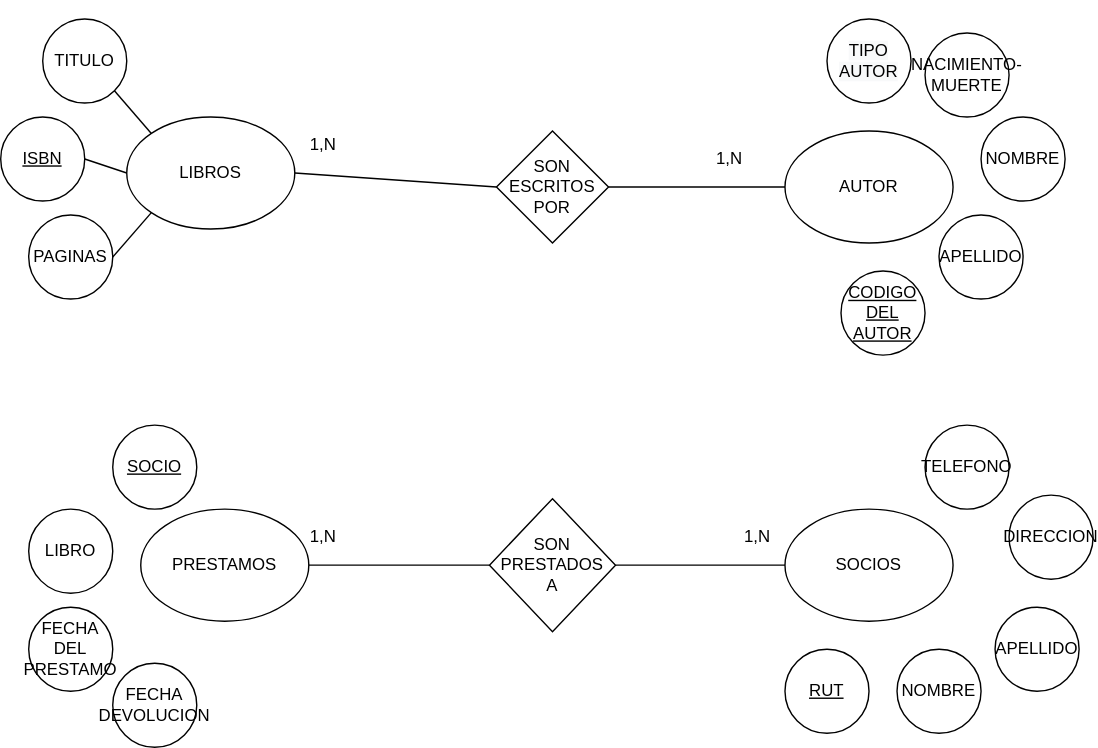
Earlier version of the draw.io export modelo-conceptual.drawio.svg (cristiancfsc/prueba-biblioteca). Source tidied: cells renumbered, new cells last; positions are measured from the earlier drawing's top-left corner, leaving out a move shared by most shapes.
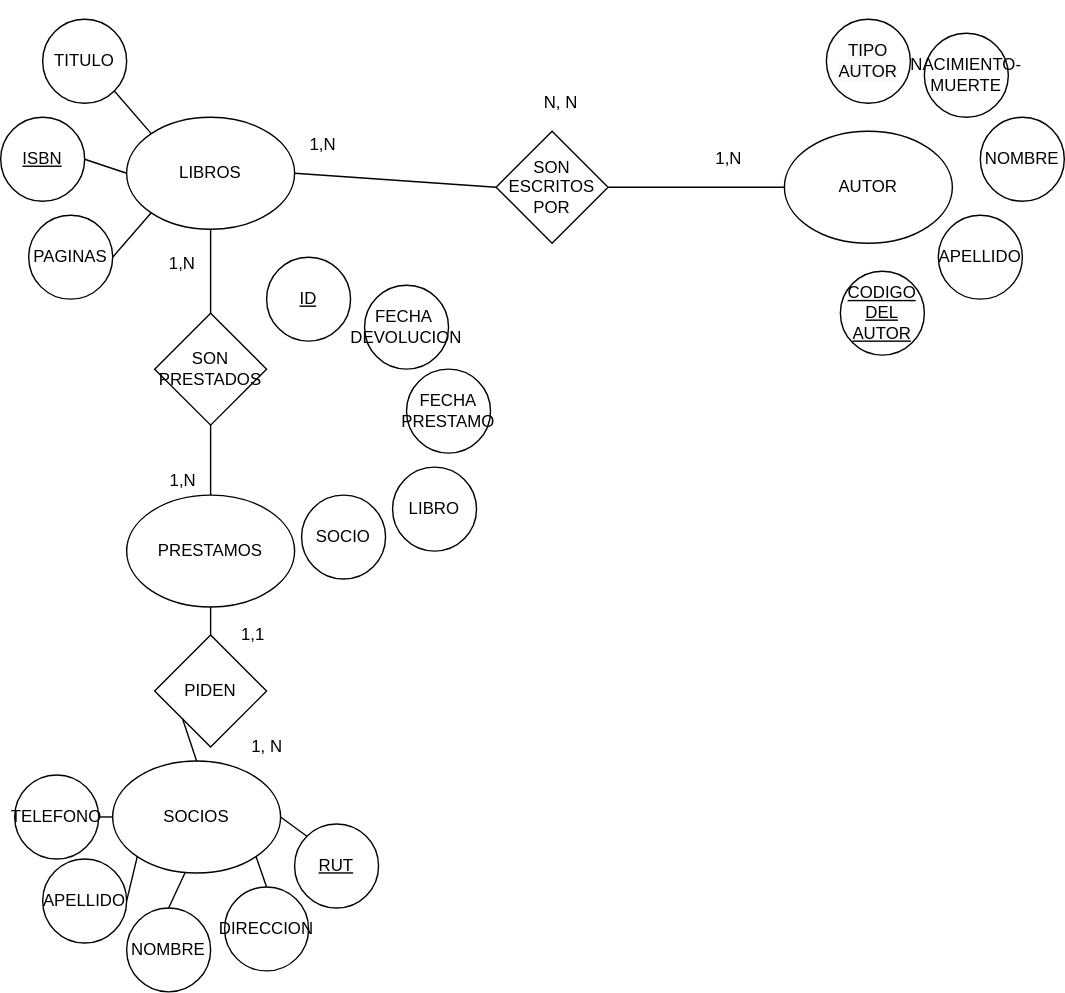
The same diagram one commit later.

What changed in the source:
```diff
@@ -2,14 +2,14 @@
   <root>
     <mxCell id="0" />
     <mxCell id="1" parent="0" />
-    <mxCell id="2" value="SOCIOS" style="ellipse;whiteSpace=wrap;html=1;" parent="1" vertex="1">
-      <mxGeometry x="560" y="350" width="120" height="80" as="geometry" />
+    <mxCell id="2" value="PRESTAMOS" style="ellipse;whiteSpace=wrap;html=1;" parent="1" vertex="1">
+      <mxGeometry x="90" y="340" width="120" height="80" as="geometry" />
     </mxCell>
     <mxCell id="3" value="LIBROS" style="ellipse;whiteSpace=wrap;html=1;" parent="1" vertex="1">
       <mxGeometry x="90" y="70" width="120" height="80" as="geometry" />
     </mxCell>
-    <mxCell id="4" value="PRESTAMOS" style="ellipse;whiteSpace=wrap;html=1;" parent="1" vertex="1">
-      <mxGeometry x="100" y="350" width="120" height="80" as="geometry" />
+    <mxCell id="4" value="SOCIOS" style="ellipse;whiteSpace=wrap;html=1;" parent="1" vertex="1">
+      <mxGeometry x="80" y="530" width="120" height="80" as="geometry" />
     </mxCell>
     <mxCell id="5" value="&lt;u&gt;ISBN&lt;/u&gt;" style="ellipse;whiteSpace=wrap;html=1;" parent="1" vertex="1">
       <mxGeometry y="70" width="60" height="60" as="geometry" />
@@ -29,20 +29,20 @@
     <mxCell id="10" style="endArrow=none;html=1;rounded=0;exitX=1;exitY=0.5;exitDx=0;exitDy=0;entryX=0;entryY=1;entryDx=0;entryDy=0;" parent="1" edge="1" source="7" target="3">
       <mxGeometry relative="1" as="geometry" />
     </mxCell>
-    <mxCell id="11" value="&lt;u&gt;RUT&lt;/u&gt;" style="ellipse;whiteSpace=wrap;html=1;" parent="1" vertex="1">
-      <mxGeometry x="560" y="450" width="60" height="60" as="geometry" />
+    <mxCell id="11" value="&lt;u&gt;ID&lt;/u&gt;" style="ellipse;whiteSpace=wrap;html=1;" parent="1" vertex="1">
+      <mxGeometry x="190" y="170" width="60" height="60" as="geometry" />
     </mxCell>
-    <mxCell id="12" value="NOMBRE" style="ellipse;whiteSpace=wrap;html=1;" parent="1" vertex="1">
-      <mxGeometry x="640" y="450" width="60" height="60" as="geometry" />
+    <mxCell id="12" value="SOCIO" style="ellipse;whiteSpace=wrap;html=1;" parent="1" vertex="1">
+      <mxGeometry x="215" y="340" width="60" height="60" as="geometry" />
     </mxCell>
-    <mxCell id="13" value="APELLIDO" style="ellipse;whiteSpace=wrap;html=1;" parent="1" vertex="1">
-      <mxGeometry x="710" y="420" width="60" height="60" as="geometry" />
+    <mxCell id="13" value="LIBRO" style="ellipse;whiteSpace=wrap;html=1;" parent="1" vertex="1">
+      <mxGeometry x="280" y="320" width="60" height="60" as="geometry" />
     </mxCell>
-    <mxCell id="14" value="DIRECCION" style="ellipse;whiteSpace=wrap;html=1;" parent="1" vertex="1">
-      <mxGeometry x="720" y="340" width="60" height="60" as="geometry" />
+    <mxCell id="14" value="FECHA&lt;br&gt;PRESTAMO" style="ellipse;whiteSpace=wrap;html=1;" parent="1" vertex="1">
+      <mxGeometry x="290" y="250" width="60" height="60" as="geometry" />
     </mxCell>
-    <mxCell id="15" value="TELEFONO" style="ellipse;whiteSpace=wrap;html=1;" parent="1" vertex="1">
-      <mxGeometry x="660" y="290" width="60" height="60" as="geometry" />
+    <mxCell id="15" value="FECHA&amp;nbsp;&lt;br&gt;DEVOLUCION" style="ellipse;whiteSpace=wrap;html=1;" parent="1" vertex="1">
+      <mxGeometry x="260" y="190" width="60" height="60" as="geometry" />
     </mxCell>
     <mxCell id="16" value="NACIMIENTO-MUERTE" style="ellipse;whiteSpace=wrap;html=1;" parent="1" vertex="1">
       <mxGeometry x="660" y="10" width="60" height="60" as="geometry" />
@@ -59,33 +59,24 @@
     <mxCell id="20" value="AUTOR" style="ellipse;whiteSpace=wrap;html=1;" parent="1" vertex="1">
       <mxGeometry x="560" y="80" width="120" height="80" as="geometry" />
     </mxCell>
-    <mxCell id="21" value="&lt;u&gt;SOCIO&lt;/u&gt;" style="ellipse;whiteSpace=wrap;html=1;" parent="1" vertex="1">
-      <mxGeometry x="80" y="290" width="60" height="60" as="geometry" />
+    <mxCell id="21" value="&lt;u&gt;RUT&lt;/u&gt;" style="ellipse;whiteSpace=wrap;html=1;" parent="1" vertex="1">
+      <mxGeometry x="210" y="575" width="60" height="60" as="geometry" />
     </mxCell>
-    <mxCell id="22" value="LIBRO" style="ellipse;whiteSpace=wrap;html=1;" parent="1" vertex="1">
-      <mxGeometry x="20" y="350" width="60" height="60" as="geometry" />
+    <mxCell id="22" value="NOMBRE" style="ellipse;whiteSpace=wrap;html=1;" parent="1" vertex="1">
+      <mxGeometry x="90" y="635" width="60" height="60" as="geometry" />
     </mxCell>
-    <mxCell id="23" value="FECHA DEL PRESTAMO" style="ellipse;whiteSpace=wrap;html=1;" parent="1" vertex="1">
-      <mxGeometry x="20" y="420" width="60" height="60" as="geometry" />
+    <mxCell id="23" value="APELLIDO" style="ellipse;whiteSpace=wrap;html=1;" parent="1" vertex="1">
+      <mxGeometry x="30" y="600" width="60" height="60" as="geometry" />
     </mxCell>
-    <mxCell id="24" value="FECHA DEVOLUCION" style="ellipse;whiteSpace=wrap;html=1;" parent="1" vertex="1">
-      <mxGeometry x="80" y="460" width="60" height="60" as="geometry" />
+    <mxCell id="24" value="DIRECCION" style="ellipse;whiteSpace=wrap;html=1;" parent="1" vertex="1">
+      <mxGeometry x="160" y="620" width="60" height="60" as="geometry" />
     </mxCell>
     <mxCell id="25" value="&#10;&#10;&lt;span style=&quot;color: rgb(0, 0, 0); font-family: helvetica; font-size: 12px; font-style: normal; font-weight: 400; letter-spacing: normal; text-align: center; text-indent: 0px; text-transform: none; word-spacing: 0px; background-color: rgb(248, 249, 250); display: inline; float: none;&quot;&gt;TIPO AUTOR&lt;/span&gt;&#10;&#10;" style="ellipse;whiteSpace=wrap;html=1;" parent="1" vertex="1">
       <mxGeometry x="590" width="60" height="60" as="geometry" />
     </mxCell>
-    <mxCell id="26" value="SON PRESTADOS&lt;br&gt;A" style="rhombus;whiteSpace=wrap;html=1;" parent="1" vertex="1">
-      <mxGeometry x="349" y="342.5" width="90" height="95" as="geometry" />
-    </mxCell>
     <mxCell id="27" value="SON ESCRITOS POR" style="rhombus;whiteSpace=wrap;html=1;" parent="1" vertex="1">
       <mxGeometry x="354" y="80" width="80" height="80" as="geometry" />
     </mxCell>
-    <mxCell id="28" style="endArrow=none;html=1;rounded=0;entryX=0;entryY=0.5;entryDx=0;entryDy=0;exitX=1;exitY=0.5;exitDx=0;exitDy=0;" parent="1" edge="1" source="26" target="2">
-      <mxGeometry relative="1" as="geometry" />
-    </mxCell>
-    <mxCell id="29" style="endArrow=none;html=1;rounded=0;exitX=1;exitY=0.5;exitDx=0;exitDy=0;entryX=0;entryY=0.5;entryDx=0;entryDy=0;" parent="1" edge="1" source="4" target="26">
-      <mxGeometry relative="1" as="geometry" />
-    </mxCell>
     <mxCell id="30" style="endArrow=none;html=1;rounded=0;entryX=0;entryY=0.5;entryDx=0;entryDy=0;exitX=1;exitY=0.5;exitDx=0;exitDy=0;" parent="1" edge="1" source="27" target="20">
       <mxGeometry relative="1" as="geometry" />
     </mxCell>
@@ -98,11 +89,53 @@
     <mxCell id="33" value="1,N" style="text;html=1;align=center;verticalAlign=middle;strokeColor=none;fillColor=none;" parent="1" vertex="1">
       <mxGeometry x="505" y="90" width="30" height="20" as="geometry" />
     </mxCell>
-    <mxCell id="34" value="1,N" style="text;html=1;align=center;verticalAlign=middle;strokeColor=none;fillColor=none;" parent="1" vertex="1">
-      <mxGeometry x="525" y="360" width="30" height="20" as="geometry" />
-    </mxCell>
-    <mxCell id="35" value="1,N" style="text;html=1;align=center;verticalAlign=middle;strokeColor=none;fillColor=none;" parent="1" vertex="1">
-      <mxGeometry x="215" y="360" width="30" height="20" as="geometry" />
-    </mxCell>
+    <mxCell id="36" value="N, N" style="text;html=1;align=center;verticalAlign=middle;strokeColor=none;fillColor=none;" parent="1" vertex="1">
+      <mxGeometry x="380" y="50" width="40" height="20" as="geometry" />
+    </mxCell>
+    <mxCell id="37" value="TELEFONO" style="ellipse;whiteSpace=wrap;html=1;" parent="1" vertex="1">
+      <mxGeometry x="10" y="540" width="60" height="60" as="geometry" />
+    </mxCell>
+    <mxCell id="38" style="endArrow=none;html=1;rounded=0;entryX=1;entryY=0.5;entryDx=0;entryDy=0;exitX=0;exitY=0.5;exitDx=0;exitDy=0;" parent="1" edge="1" source="4" target="37">
+      <mxGeometry relative="1" as="geometry" />
+    </mxCell>
+    <mxCell id="39" style="endArrow=none;html=1;rounded=0;exitX=1;exitY=0.5;exitDx=0;exitDy=0;entryX=0;entryY=1;entryDx=0;entryDy=0;" parent="1" edge="1" source="23" target="4">
+      <mxGeometry relative="1" as="geometry" />
+    </mxCell>
+    <mxCell id="40" style="endArrow=none;html=1;rounded=0;exitX=0.5;exitY=0;exitDx=0;exitDy=0;entryX=0.433;entryY=0.992;entryDx=0;entryDy=0;entryPerimeter=0;" parent="1" edge="1" source="22" target="4">
+      <mxGeometry relative="1" as="geometry" />
+    </mxCell>
+    <mxCell id="41" style="endArrow=none;html=1;rounded=0;exitX=0.5;exitY=0;exitDx=0;exitDy=0;entryX=1;entryY=1;entryDx=0;entryDy=0;" parent="1" edge="1" source="24" target="4">
+      <mxGeometry relative="1" as="geometry" />
+    </mxCell>
+    <mxCell id="42" style="endArrow=none;html=1;rounded=0;exitX=0;exitY=0;exitDx=0;exitDy=0;entryX=1;entryY=0.5;entryDx=0;entryDy=0;" parent="1" edge="1" source="21" target="4">
+      <mxGeometry relative="1" as="geometry" />
+    </mxCell>
+    <mxCell id="43" style="endArrow=none;html=1;rounded=0;entryX=0.5;entryY=1;entryDx=0;entryDy=0;exitX=0.5;exitY=0;exitDx=0;exitDy=0;" parent="1" edge="1" source="2" target="3">
+      <mxGeometry relative="1" as="geometry" />
+    </mxCell>
+    <mxCell id="44" value="1,N" style="text;html=1;strokeColor=none;fillColor=none;align=center;verticalAlign=middle;whiteSpace=wrap;rounded=0;" parent="1" vertex="1">
+      <mxGeometry x="100" y="160" width="60" height="30" as="geometry" />
+    </mxCell>
+    <mxCell id="45" value="1,N" style="text;html=1;align=center;verticalAlign=middle;strokeColor=none;fillColor=none;" parent="1" vertex="1">
+      <mxGeometry x="115" y="320" width="30" height="20" as="geometry" />
+    </mxCell>
+    <mxCell id="46" value="SON PRESTADOS" style="rhombus;whiteSpace=wrap;html=1;" parent="1" vertex="1">
+      <mxGeometry x="110" y="210" width="80" height="80" as="geometry" />
+    </mxCell>
+    <mxCell id="47" value="PIDEN" style="rhombus;whiteSpace=wrap;html=1;" parent="1" vertex="1">
+      <mxGeometry x="110" y="440" width="80" height="80" as="geometry" />
+    </mxCell>
+    <mxCell id="48" style="endArrow=none;html=1;rounded=0;exitX=0.5;exitY=0;exitDx=0;exitDy=0;entryX=0;entryY=1;entryDx=0;entryDy=0;" parent="1" edge="1" source="4" target="47">
+      <mxGeometry relative="1" as="geometry" />
+    </mxCell>
+    <mxCell id="49" style="endArrow=none;html=1;rounded=0;entryX=0.5;entryY=1;entryDx=0;entryDy=0;exitX=0.5;exitY=0;exitDx=0;exitDy=0;" parent="1" edge="1" source="47" target="2">
+      <mxGeometry relative="1" as="geometry" />
+    </mxCell>
+    <mxCell id="50" value="1, N" style="text;html=1;align=center;verticalAlign=middle;strokeColor=none;fillColor=none;" parent="1" vertex="1">
+      <mxGeometry x="170" y="510" width="40" height="20" as="geometry" />
+    </mxCell>
+    <mxCell id="51" value="1,1" style="text;html=1;align=center;verticalAlign=middle;strokeColor=none;fillColor=none;" parent="1" vertex="1">
+      <mxGeometry x="165" y="430" width="30" height="20" as="geometry" />
+    </mxCell>
   </root>
 </mxGraphModel>
```
